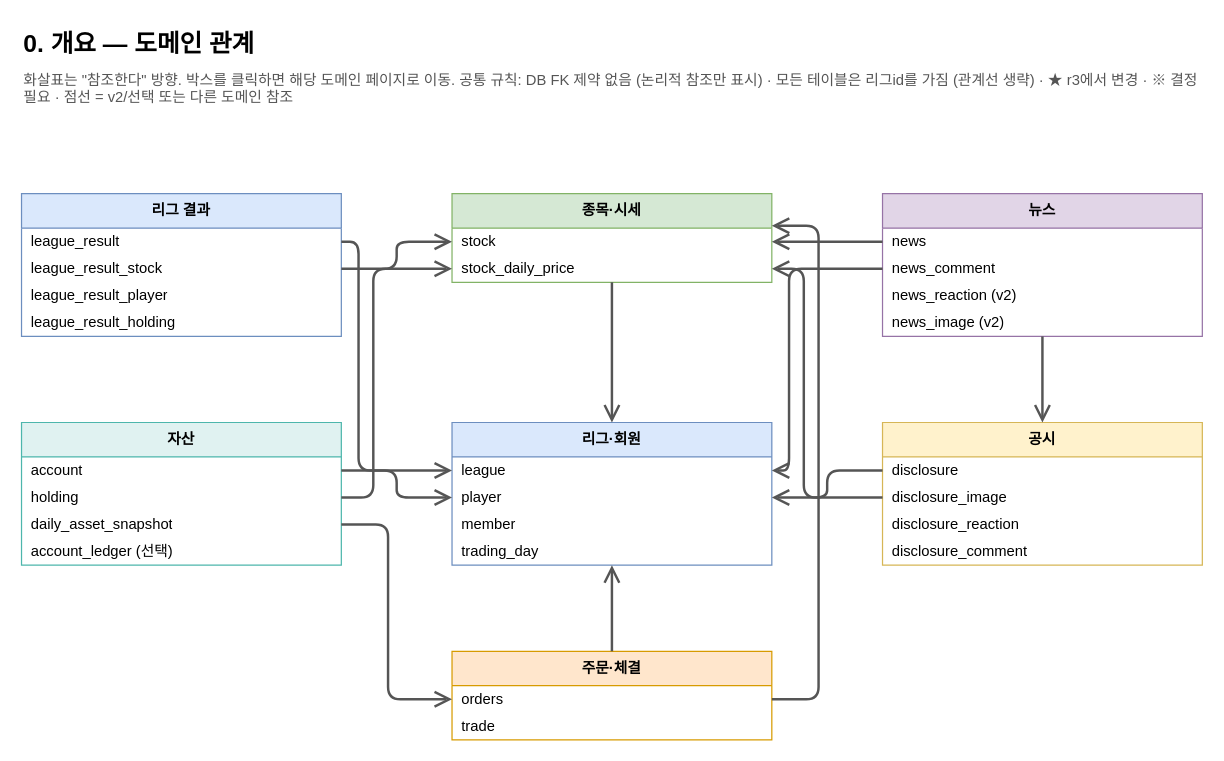
Earlier version of the draw.io diagram page "0. 개요" (1 of 9) of docs/erd/naspi.drawio (JECT-Study/naspi-5th-Server). Source tidied: cells renumbered, new cells numbered last; positions are measured from the earlier drawing's top-left corner, leaving out a move shared by most shapes. Both pictures are drawn from the tidied source at 123%, with x=0, y=0 at pixel (21, 21).
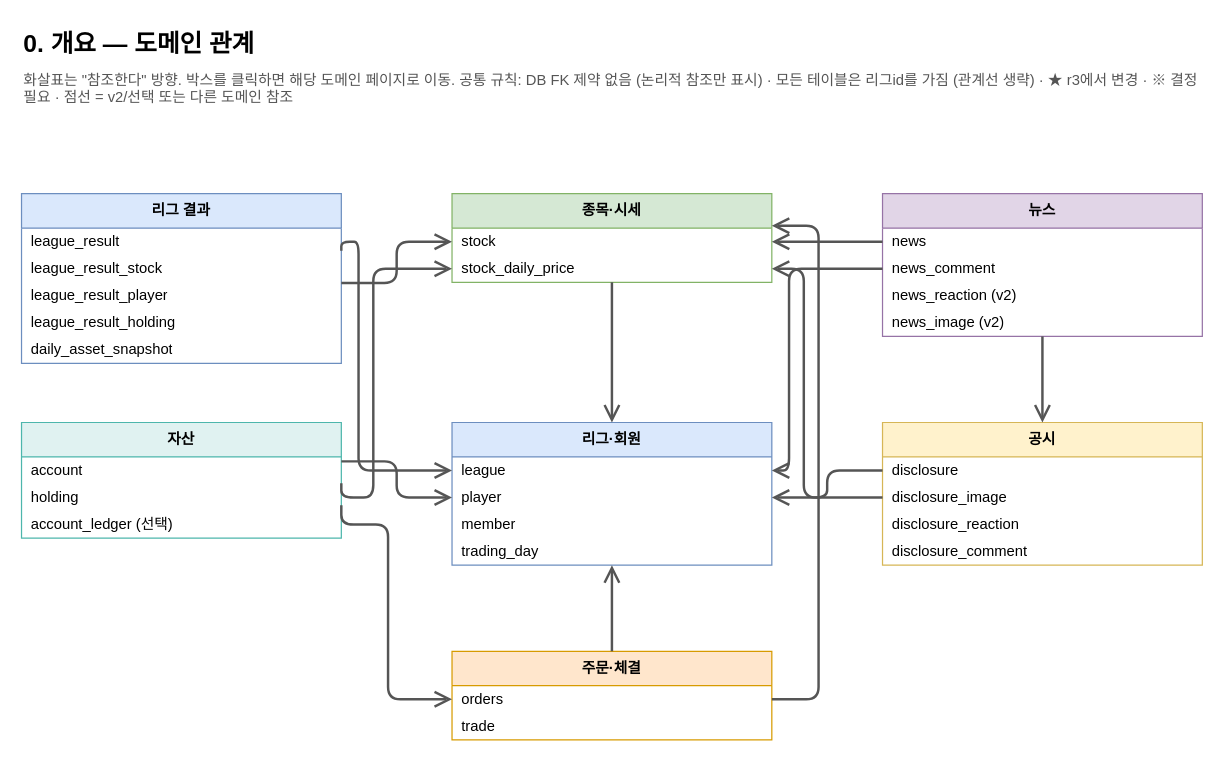
After the change.

The edit, as a diff of the source:
```diff
@@
     <mxCell id="7" value="리그 결과" style="swimlane;fontStyle=1;horizontal=1;startSize=28;html=1;whiteSpace=wrap;fillColor=#dae8fc;strokeColor=#6c8ebf;" parent="1" vertex="1">
-      <mxGeometry y="140" width="260" height="116" as="geometry" />
+      <mxGeometry y="140" width="260" height="138" as="geometry" />
     </mxCell>
@@
+    <mxCell id="18" value="daily_asset_snapshot" style="text;strokeColor=none;fillColor=none;align=left;verticalAlign=middle;spacingLeft=6;overflow=hidden;html=1;" parent="7" vertex="1">
+      <mxGeometry y="116" width="260" height="22" as="geometry" />
+    </mxCell>
@@
     <mxCell id="15" value="자산" style="swimlane;fontStyle=1;horizontal=1;startSize=28;html=1;whiteSpace=wrap;fillColor=#e0f2f1;strokeColor=#4db6ac;" parent="1" vertex="1">
-      <mxGeometry y="326" width="260" height="116" as="geometry" />
+      <mxGeometry y="326" width="260" height="94" as="geometry" />
     </mxCell>
@@
-    <mxCell id="18" value="daily_asset_snapshot" style="text;strokeColor=none;fillColor=none;align=left;verticalAlign=middle;spacingLeft=6;overflow=hidden;html=1;" parent="15" vertex="1">
-      <mxGeometry y="72" width="260" height="22" as="geometry" />
-    </mxCell>
     <mxCell id="19" value="account_ledger (선택)" style="text;strokeColor=none;fillColor=none;align=left;verticalAlign=middle;spacingLeft=6;overflow=hidden;html=1;" parent="15" vertex="1">
-      <mxGeometry y="94" width="260" height="22" as="geometry" />
+      <mxGeometry y="72" width="260" height="22" as="geometry" />
     </mxCell>
```
